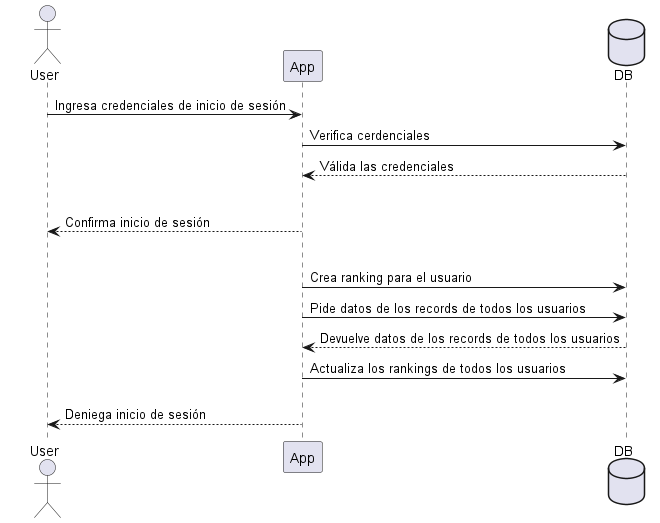
Arquisoft/wiq_es6b keeps this PlantUML diagram as images/Login.png. Above is the earlier version. Source of this version:
```plantuml
@startuml
actor User
participant App
database DB

User -> App: Ingresa credenciales de inicio de sesión
App -> DB: Verifica cerdenciales
App <-- DB: Válida las credenciales
alt credenciales válidas
    User <-- App:  Confirma inicio de sesión
    alt usuario que nunca habia iniciado sesion
        App -> DB: Crea ranking para el usuario
    App -> DB: Pide datos de los records de todos los usuarios
    App <-- DB: Devuelve datos de los records de todos los usuarios
    App -> DB: Actualiza los rankings de todos los usuarios
else credenciales inválidas
    User <-- App:  Deniega inicio de sesión
@enduml
```
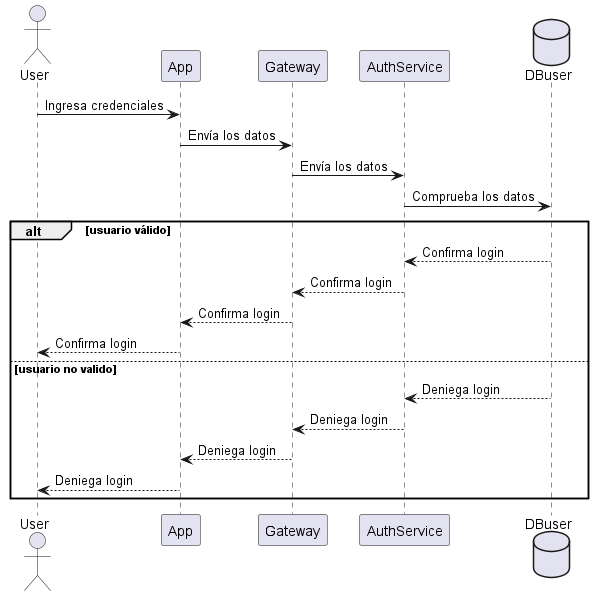
The same diagram one commit later.

The edit, as a diff of the source:
```diff
@@ -1,18 +1,27 @@
 @startuml
 actor User
 participant App
-database DB
+participant Gateway
+participant AuthService
+database DBuser
 
-User -> App: Ingresa credenciales de inicio de sesión
-App -> DB: Verifica cerdenciales
-App <-- DB: Válida las credenciales
-alt credenciales válidas
-    User <-- App:  Confirma inicio de sesión
-    alt usuario que nunca habia iniciado sesion
-        App -> DB: Crea ranking para el usuario
-    App -> DB: Pide datos de los records de todos los usuarios
-    App <-- DB: Devuelve datos de los records de todos los usuarios
-    App -> DB: Actualiza los rankings de todos los usuarios
-else credenciales inválidas
-    User <-- App:  Deniega inicio de sesión
+User -> App: Ingresa credenciales
+App -> Gateway: Envía los datos
+Gateway -> AuthService: Envía los datos
+AuthService-> DBuser: Comprueba los datos
+
+alt usuario válido
+
+    AuthService<-- DBuser: Confirma login
+    Gateway <-- AuthService: Confirma login
+    App<-- Gateway: Confirma login
+    User <-- App: Confirma login
+
+else usuario no valido
+    AuthService <-- DBuser : Deniega login
+    Gateway <-- AuthService: Deniega login
+    App <-- Gateway: Deniega login
+    User <-- App: Deniega login
+
+end
 @enduml
```
